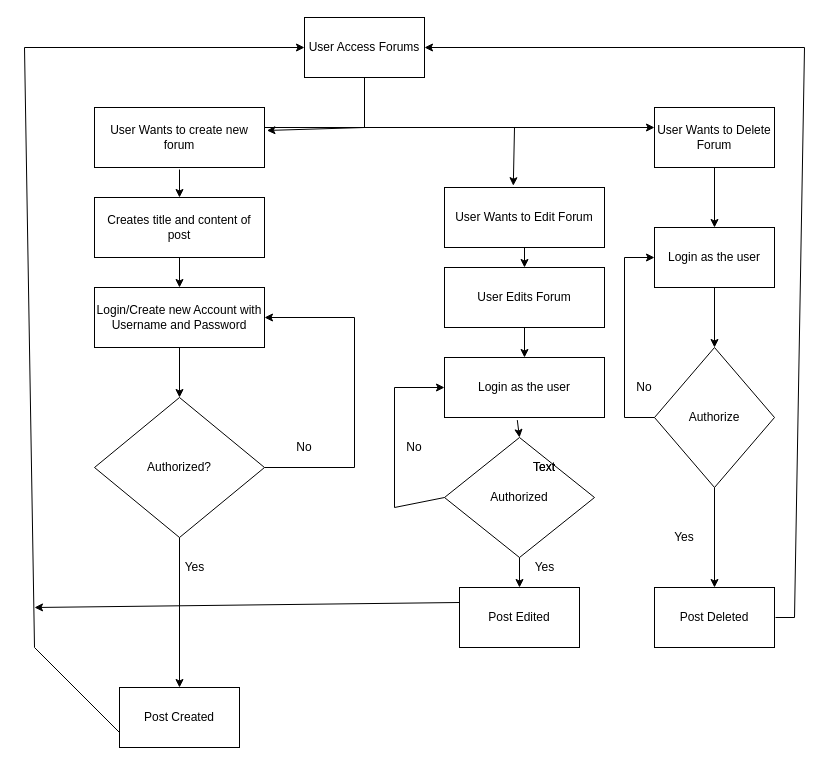
Before: src/ForumFlowChart.drawio in Donggi0909/CUSTOM_FORUM, a draw.io diagram. Source tidied: cells renumbered, new cells numbered last; positions are measured from the earlier drawing's top-left corner, leaving out a move shared by most shapes. Both pictures are drawn from the tidied source at 100%, with x=0, y=0 at pixel (24, 17).
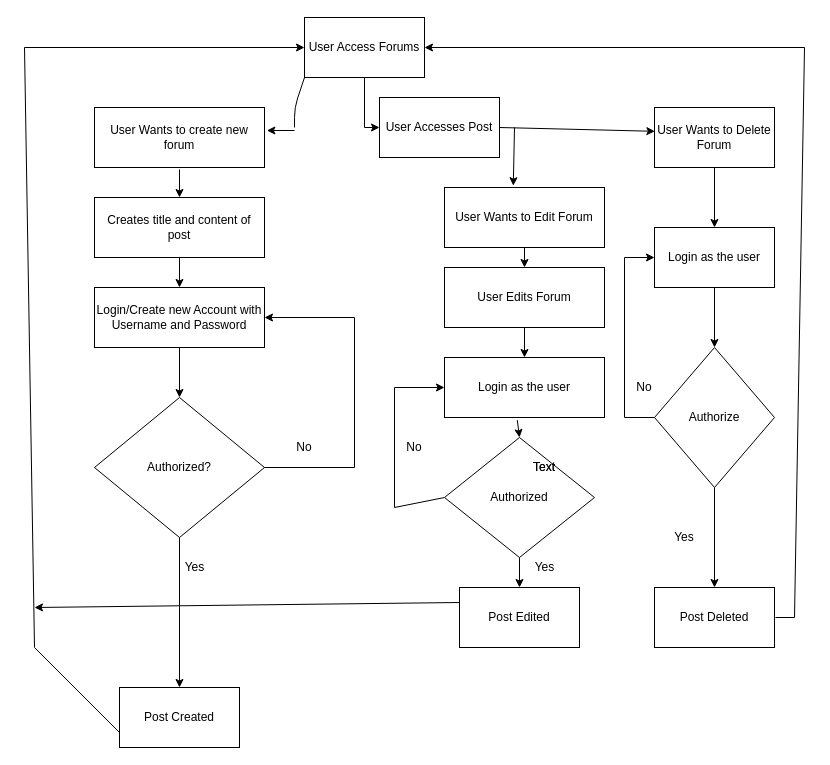
Above is the later version.

The change refers to these unchanged cells:
```xml
<mxCell id="3" value="User Wants to create new forum" style="rounded=0;whiteSpace=wrap;html=1;" parent="1" vertex="1">
  <mxGeometry x="70" y="90" width="170" height="60" as="geometry" />
</mxCell>
<mxCell id="16" value="User Access Forums" style="rounded=0;whiteSpace=wrap;html=1;" parent="1" vertex="1">
  <mxGeometry x="280" width="120" height="60" as="geometry" />
</mxCell>
<mxCell id="35" value="User Wants to Delete Forum" style="rounded=0;whiteSpace=wrap;html=1;" parent="1" vertex="1">
  <mxGeometry x="630" y="90" width="120" height="60" as="geometry" />
</mxCell>
```

Diff of the diagram source:
```diff
@@
-    <mxCell id="17" style="endArrow=none;html=1;entryX=0.5;entryY=1;entryDx=0;entryDy=0;" parent="1" edge="1" target="16">
+    <mxCell id="17" style="endArrow=none;html=1;entryX=0;entryY=1;entryDx=0;entryDy=0;" parent="1" edge="1" target="16">
       <mxGeometry relative="1" as="geometry">
-        <mxPoint x="340" y="110" as="sourcePoint" />
+        <mxPoint x="270" y="110" as="sourcePoint" />
+        <Array as="points">
+          <mxPoint x="270" y="90" />
+        </Array>
       </mxGeometry>
     </mxCell>
     <mxCell id="18" style="endArrow=classic;html=1;entryX=1.014;entryY=0.383;entryDx=0;entryDy=0;entryPerimeter=0;" parent="1" edge="1" target="3">
       <mxGeometry relative="1" as="geometry">
-        <mxPoint x="340" y="110" as="sourcePoint" />
+        <mxPoint x="270" y="113" as="sourcePoint" />
       </mxGeometry>
     </mxCell>
@@
-    <mxCell id="22" style="endArrow=classic;html=1;" parent="1" edge="1">
-      <mxGeometry relative="1" as="geometry">
-        <mxPoint x="240" y="110" as="sourcePoint" />
-        <mxPoint x="630" y="110" as="targetPoint" />
-      </mxGeometry>
-    </mxCell>
@@
+    <mxCell id="56" style="endArrow=none;html=1;entryX=0.5;entryY=1;entryDx=0;entryDy=0;" parent="1" edge="1" target="16">
+      <mxGeometry relative="1" as="geometry">
+        <mxPoint x="340" y="110" as="sourcePoint" />
+      </mxGeometry>
+    </mxCell>
+    <mxCell id="57" value="User Accesses Post" style="rounded=0;whiteSpace=wrap;html=1;" parent="1" vertex="1">
+      <mxGeometry x="355" y="80" width="120" height="60" as="geometry" />
+    </mxCell>
+    <mxCell id="58" style="endArrow=classic;html=1;exitX=1;exitY=0.5;exitDx=0;exitDy=0;entryX=0.003;entryY=0.397;entryDx=0;entryDy=0;entryPerimeter=0;" parent="1" edge="1" source="57" target="35">
+      <mxGeometry relative="1" as="geometry" />
+    </mxCell>
+    <mxCell id="59" style="endArrow=classic;html=1;entryX=0;entryY=0.5;entryDx=0;entryDy=0;" parent="1" edge="1" target="57">
+      <mxGeometry relative="1" as="geometry">
+        <mxPoint x="340" y="110" as="sourcePoint" />
+      </mxGeometry>
+    </mxCell>
```
